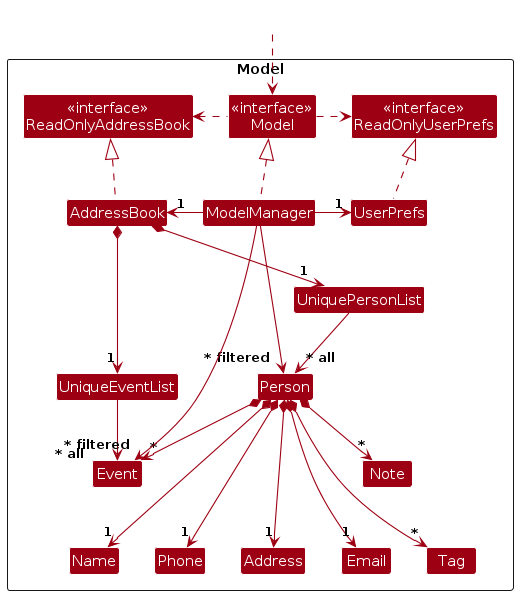
This is diagrams/ModelClassDiagram.png from AY2324S1-CS2103T-W16-1/tp, a PlantUML export, as it was before one commit. Its source is kept beside it as diagrams/ModelClassDiagram.puml.
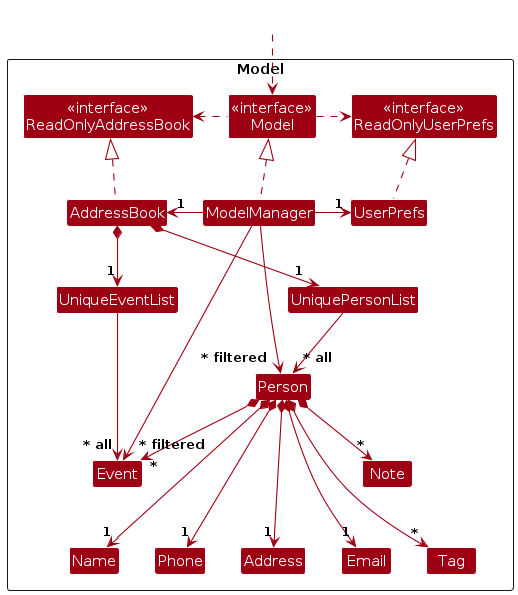
After the change.

What changed in the source:
```diff
@@ -50,7 +50,7 @@
 Person *--> "*" Note
 Person *--> "*" Event
 
-
+UniqueEventList -[hidden]right-> UniquePersonList
 UserPrefs -[hidden]down-> UniquePersonList
 ModelManager -[hidden]down-> UniquePersonList
 Event -[hidden]down-> Name
```
